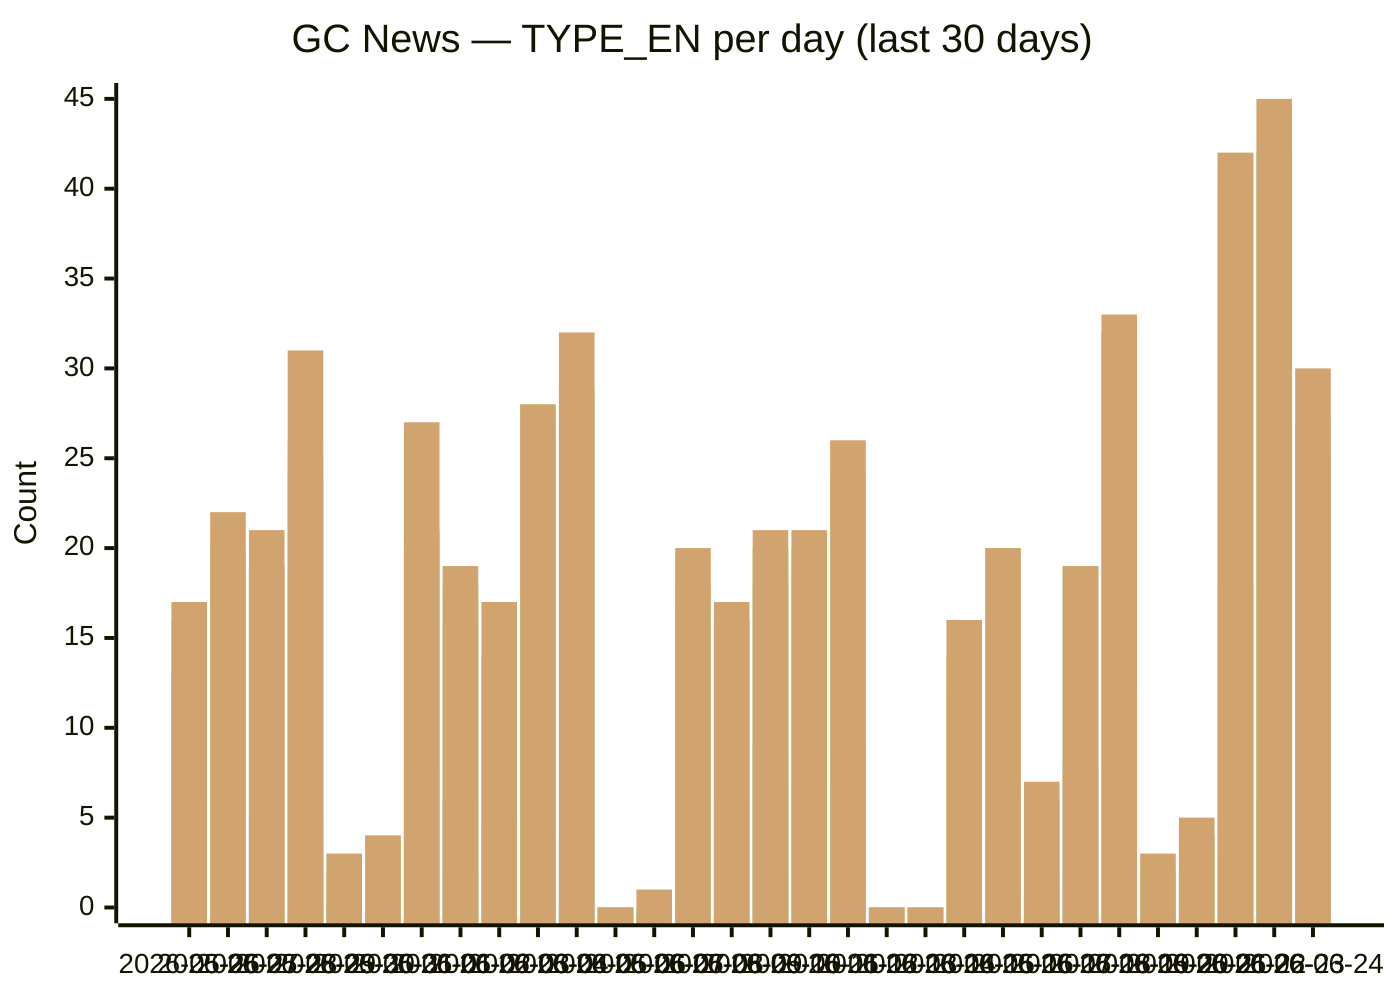
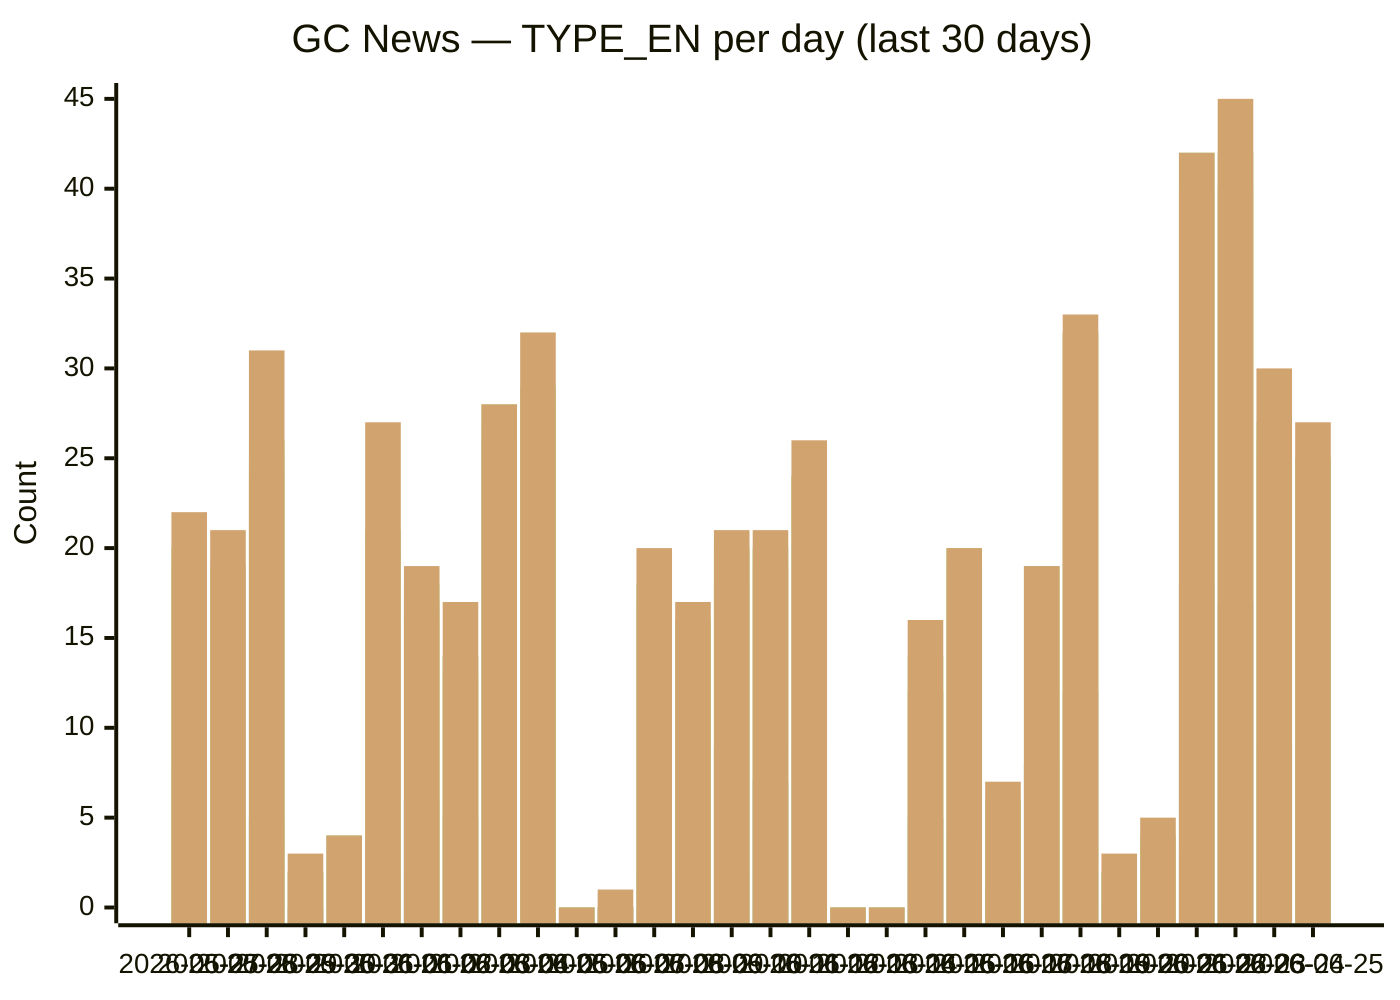
xychart-beta
  title "GC News — TYPE_EN per day (last 30 days)"
-   x-axis [2026-05-26, 2026-05-27, 2026-05-28, 2026-05-29, 2026-05-30, 2026-05-31, 2026-06-01, 2026-06-02, 2026-06-03, 2026-06-04, 2026-06-05, 2026-06-06, 2026-06-07, 2026-06-08, 2026-06-09, 2026-06-10, 2026-06-11, 2026-06-12, 2026-06-13, 2026-06-14, 2026-06-15, 2026-06-16, 2026-06-17, 2026-06-18, 2026-06-19, 2026-06-20, 2026-06-21, 2026-06-22, 2026-06-23, 2026-06-24]
+   x-axis [2026-05-27, 2026-05-28, 2026-05-29, 2026-05-30, 2026-05-31, 2026-06-01, 2026-06-02, 2026-06-03, 2026-06-04, 2026-06-05, 2026-06-06, 2026-06-07, 2026-06-08, 2026-06-09, 2026-06-10, 2026-06-11, 2026-06-12, 2026-06-13, 2026-06-14, 2026-06-15, 2026-06-16, 2026-06-17, 2026-06-18, 2026-06-19, 2026-06-20, 2026-06-21, 2026-06-22, 2026-06-23, 2026-06-24, 2026-06-25]
  y-axis "Count" 0 --> 45
-   bar backgrounders [1, 4, 1, 1, 0, 0, 5, 2, 2, 2, 0, 0, 0, 0, 3, 2, 0, 3, 0, 0, 2, 3, 1, 2, 2, 0, 0, 3, 6, 2]
-   bar "media advisories" [6, 8, 5, 5, 0, 4, 8, 6, 5, 15, 4, 0, 0, 2, 6, 9, 7, 9, 0, 0, 5, 4, 1, 8, 12, 0, 2, 18, 17, 9]
-   bar "news releases" [13, 19, 19, 24, 2, 4, 20, 16, 13, 26, 28, 0, 0, 17, 16, 18, 19, 24, 0, 0, 12, 19, 6, 19, 32, 2, 4, 40, 40, 25]
-   bar readouts [16, 20, 19, 25, 2, 4, 21, 17, 14, 27, 29, 0, 0, 17, 16, 20, 20, 24, 0, 0, 12, 19, 6, 19, 32, 2, 4, 42, 42, 26]
-   bar speeches [16, 20, 19, 26, 2, 4, 21, 18, 14, 28, 29, 0, 0, 18, 16, 20, 20, 24, 0, 0, 14, 20, 6, 19, 32, 2, 4, 42, 42, 27]
-   bar statements [17, 22, 21, 31, 3, 4, 27, 19, 17, 28, 32, 0, 1, 20, 17, 21, 21, 26, 0, 0, 16, 20, 7, 19, 33, 3, 5, 42, 45, 30]
+   bar backgrounders [4, 1, 1, 0, 0, 5, 2, 2, 2, 0, 0, 0, 0, 3, 2, 0, 3, 0, 0, 2, 3, 1, 2, 2, 0, 0, 3, 6, 2, 2]
+   bar "media advisories" [8, 5, 5, 0, 4, 8, 6, 5, 15, 4, 0, 0, 2, 6, 9, 7, 9, 0, 0, 5, 4, 1, 8, 12, 0, 2, 18, 17, 9, 8]
+   bar "news releases" [19, 19, 24, 2, 4, 20, 16, 13, 26, 28, 0, 0, 17, 16, 18, 19, 24, 0, 0, 12, 19, 6, 19, 32, 2, 4, 40, 40, 25, 23]
+   bar readouts [20, 19, 25, 2, 4, 21, 17, 14, 27, 29, 0, 0, 17, 16, 20, 20, 24, 0, 0, 12, 19, 6, 19, 32, 2, 4, 42, 42, 26, 25]
+   bar speeches [20, 19, 26, 2, 4, 21, 18, 14, 28, 29, 0, 0, 18, 16, 20, 20, 24, 0, 0, 14, 20, 6, 19, 32, 2, 4, 42, 42, 27, 25]
+   bar statements [22, 21, 31, 3, 4, 27, 19, 17, 28, 32, 0, 1, 20, 17, 21, 21, 26, 0, 0, 16, 20, 7, 19, 33, 3, 5, 42, 45, 30, 27]
